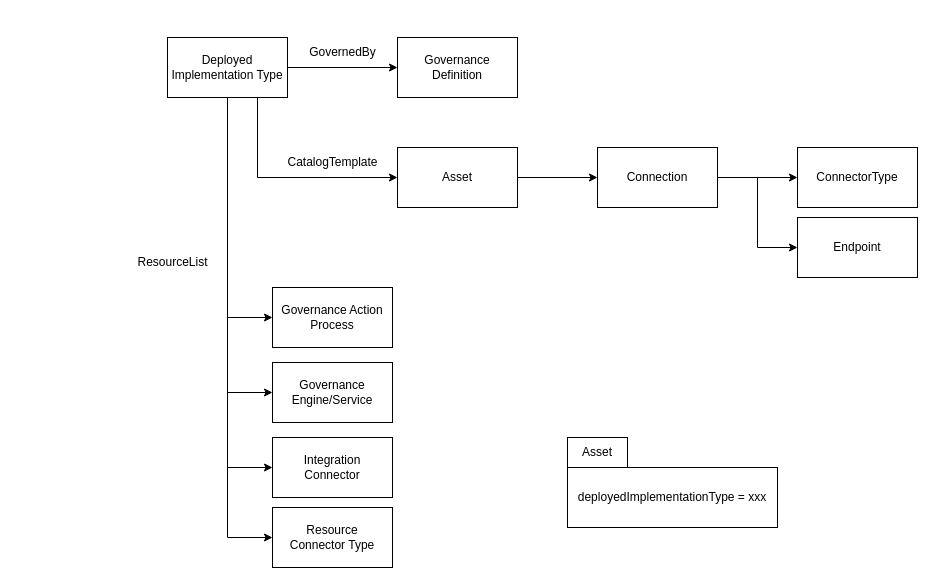
Before: page "deployed-implementation-type" (1 of 3) of site/docs/concepts/deployed-implementation-types.drawio in odpi/egeria-docs, a draw.io diagram. Source tidied: cells renumbered, new cells numbered last; positions are measured from the earlier drawing's top-left corner, leaving out a move shared by most shapes. Both pictures are drawn from the tidied source at 100%, with x=0, y=0 at pixel (127, 37).
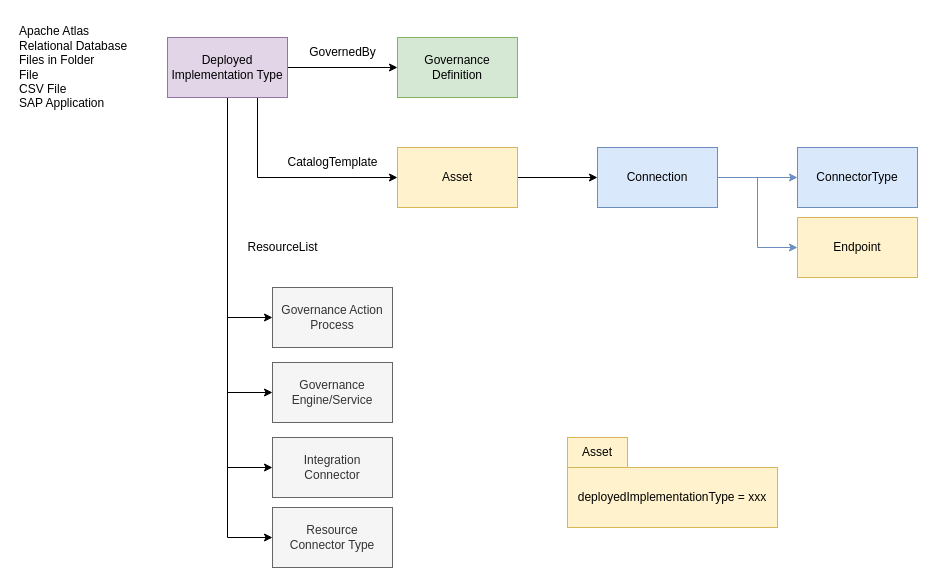
After the change.

Change to the diagram source:
```diff
@@
-    <mxCell id="7" value="Deployed Implementation Type" style="rounded=0;whiteSpace=wrap;html=1;" parent="1" vertex="1">
+    <mxCell id="7" value="Deployed Implementation Type" style="rounded=0;whiteSpace=wrap;html=1;fillColor=#e1d5e7;strokeColor=#9673a6;" parent="1" vertex="1">
       <mxGeometry x="40" width="120" height="60" as="geometry" />
     </mxCell>
-    <mxCell id="8" value="Governance&lt;br&gt;Definition" style="rounded=0;whiteSpace=wrap;html=1;" parent="1" vertex="1">
+    <mxCell id="8" value="Governance&lt;br&gt;Definition" style="rounded=0;whiteSpace=wrap;html=1;fillColor=#d5e8d4;strokeColor=#82b366;" parent="1" vertex="1">
       <mxGeometry x="270" width="120" height="60" as="geometry" />
     </mxCell>
@@
-    <mxCell id="11" value="Asset" style="rounded=0;whiteSpace=wrap;html=1;" parent="1" vertex="1">
+    <mxCell id="11" value="Asset" style="rounded=0;whiteSpace=wrap;html=1;fillColor=#fff2cc;strokeColor=#d6b656;" parent="1" vertex="1">
       <mxGeometry x="270" y="110" width="120" height="60" as="geometry" />
     </mxCell>
-    <mxCell id="12" style="edgeStyle=orthogonalEdgeStyle;rounded=0;jettySize=auto;html=1;" parent="1" edge="1" source="14" target="15">
+    <mxCell id="12" style="edgeStyle=orthogonalEdgeStyle;rounded=0;jettySize=auto;html=1;fillColor=#dae8fc;strokeColor=#6c8ebf;" parent="1" edge="1" source="14" target="15">
       <mxGeometry relative="1" as="geometry" />
     </mxCell>
-    <mxCell id="13" style="edgeStyle=orthogonalEdgeStyle;rounded=0;jettySize=auto;html=1;entryX=0;entryY=0.5;entryDx=0;entryDy=0;" parent="1" edge="1" source="14" target="16">
+    <mxCell id="13" style="edgeStyle=orthogonalEdgeStyle;rounded=0;jettySize=auto;html=1;entryX=0;entryY=0.5;entryDx=0;entryDy=0;fillColor=#dae8fc;strokeColor=#6c8ebf;" parent="1" edge="1" source="14" target="16">
       <mxGeometry relative="1" as="geometry" />
     </mxCell>
-    <mxCell id="14" value="Connection" style="whiteSpace=wrap;html=1;rounded=0;" parent="1" vertex="1">
+    <mxCell id="14" value="Connection" style="whiteSpace=wrap;html=1;rounded=0;fillColor=#dae8fc;strokeColor=#6c8ebf;" parent="1" vertex="1">
       <mxGeometry x="470" y="110" width="120" height="60" as="geometry" />
     </mxCell>
-    <mxCell id="15" value="ConnectorType" style="whiteSpace=wrap;html=1;rounded=0;" parent="1" vertex="1">
+    <mxCell id="15" value="ConnectorType" style="whiteSpace=wrap;html=1;rounded=0;fillColor=#dae8fc;strokeColor=#6c8ebf;" parent="1" vertex="1">
       <mxGeometry x="670" y="110" width="120" height="60" as="geometry" />
     </mxCell>
-    <mxCell id="16" value="Endpoint" style="whiteSpace=wrap;html=1;rounded=0;" parent="1" vertex="1">
+    <mxCell id="16" value="Endpoint" style="whiteSpace=wrap;html=1;rounded=0;fillColor=#fff2cc;strokeColor=#d6b656;" parent="1" vertex="1">
       <mxGeometry x="670" y="180" width="120" height="60" as="geometry" />
     </mxCell>
@@
-    <mxCell id="18" value="Governance Action&lt;br&gt;Process" style="rounded=0;whiteSpace=wrap;html=1;" parent="1" vertex="1">
+    <mxCell id="18" value="Governance Action&lt;br&gt;Process" style="rounded=0;whiteSpace=wrap;html=1;fillColor=#f5f5f5;strokeColor=#666666;fontColor=#333333;" parent="1" vertex="1">
       <mxGeometry x="145" y="250" width="120" height="60" as="geometry" />
     </mxCell>
-    <mxCell id="19" value="Governance Engine/Service" style="rounded=0;whiteSpace=wrap;html=1;" parent="1" vertex="1">
+    <mxCell id="19" value="Governance Engine/Service" style="rounded=0;whiteSpace=wrap;html=1;fillColor=#f5f5f5;strokeColor=#666666;fontColor=#333333;" parent="1" vertex="1">
       <mxGeometry x="145" y="325" width="120" height="60" as="geometry" />
     </mxCell>
-    <mxCell id="20" value="Integration&lt;br&gt;Connector" style="rounded=0;whiteSpace=wrap;html=1;" parent="1" vertex="1">
+    <mxCell id="20" value="Integration&lt;br&gt;Connector" style="rounded=0;whiteSpace=wrap;html=1;fillColor=#f5f5f5;strokeColor=#666666;fontColor=#333333;" parent="1" vertex="1">
       <mxGeometry x="145" y="400" width="120" height="60" as="geometry" />
     </mxCell>
     <mxCell id="21" value="ResourceList" style="text;html=1;align=center;verticalAlign=middle;strokeColor=none;fillColor=none;" parent="1" vertex="1">
-      <mxGeometry y="210" width="90" height="30" as="geometry" />
+      <mxGeometry x="110" y="195" width="90" height="30" as="geometry" />
     </mxCell>
@@
-    <mxCell id="23" value="Resource&lt;br&gt;Connector Type" style="rounded=0;whiteSpace=wrap;html=1;" parent="1" vertex="1">
+    <mxCell id="23" value="Resource&lt;br&gt;Connector Type" style="rounded=0;whiteSpace=wrap;html=1;fillColor=#f5f5f5;strokeColor=#666666;fontColor=#333333;" parent="1" vertex="1">
       <mxGeometry x="145" y="470" width="120" height="60" as="geometry" />
     </mxCell>
-    <mxCell id="24" value="Asset" style="rounded=0;whiteSpace=wrap;html=1;" parent="1" vertex="1">
+    <mxCell id="24" value="Asset" style="rounded=0;whiteSpace=wrap;html=1;fillColor=#fff2cc;strokeColor=#d6b656;" parent="1" vertex="1">
       <mxGeometry x="440" y="400" width="60" height="30" as="geometry" />
     </mxCell>
-    <mxCell id="25" value="deployedImplementationType = xxx" style="rounded=0;whiteSpace=wrap;html=1;" parent="1" vertex="1">
+    <mxCell id="25" value="deployedImplementationType = xxx" style="rounded=0;whiteSpace=wrap;html=1;fillColor=#fff2cc;strokeColor=#d6b656;" parent="1" vertex="1">
       <mxGeometry x="440" y="430" width="210" height="60" as="geometry" />
     </mxCell>
+    <mxCell id="26" value="Apache Atlas&lt;br&gt;Relational Database&lt;br&gt;Files in Folder&lt;br&gt;File&lt;br&gt;CSV File&lt;br&gt;SAP Application" style="text;html=1;align=left;verticalAlign=middle;strokeColor=none;fillColor=none;" parent="1" vertex="1">
+      <mxGeometry x="-110" y="-20" width="130" height="100" as="geometry" />
+    </mxCell>
```
